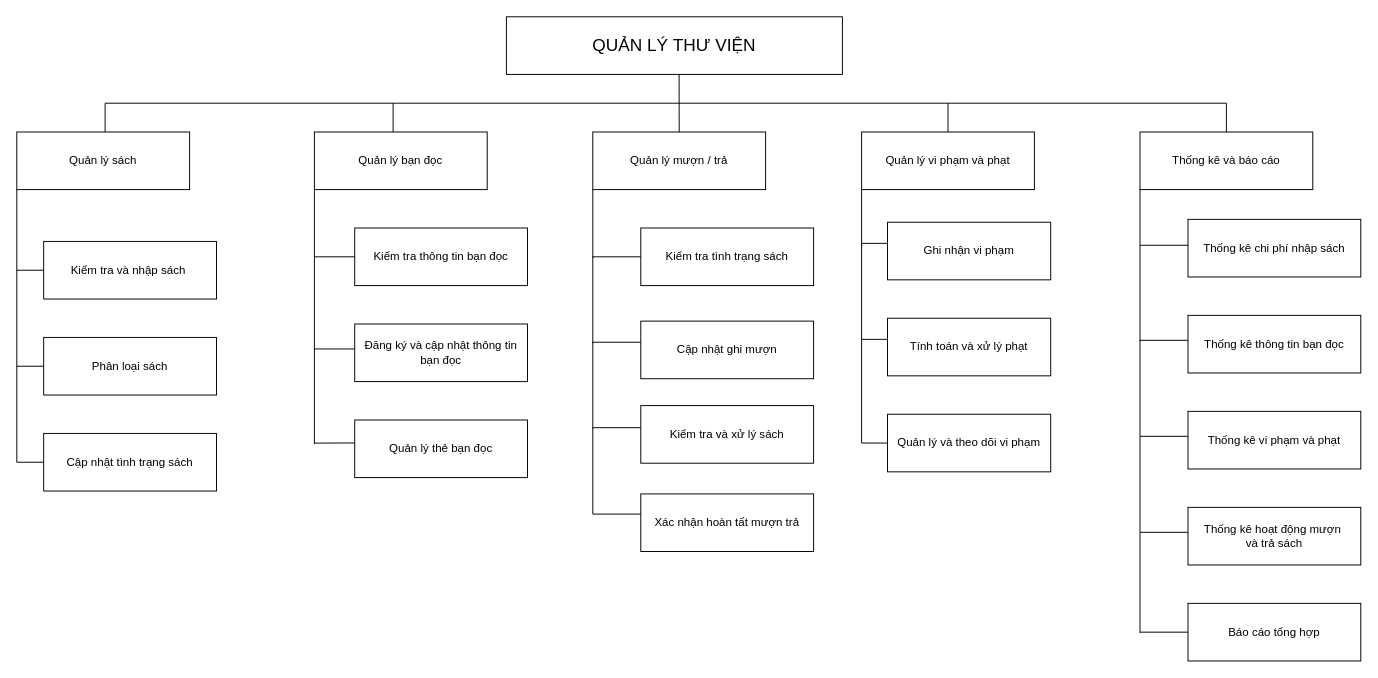
Above: page "Phân cấp chức năng" (1 of 8) of Đồ án nhóm 1.drawio in Nguyenquynh235/DoAnNhom1 (draw.io), before the change. Source tidied: cells renumbered, new cells numbered last; positions are measured from the earlier drawing's top-left corner, leaving out a move shared by most shapes. Both pictures are drawn from the tidied source at 96%, with x=0, y=0 at pixel (16, 16).
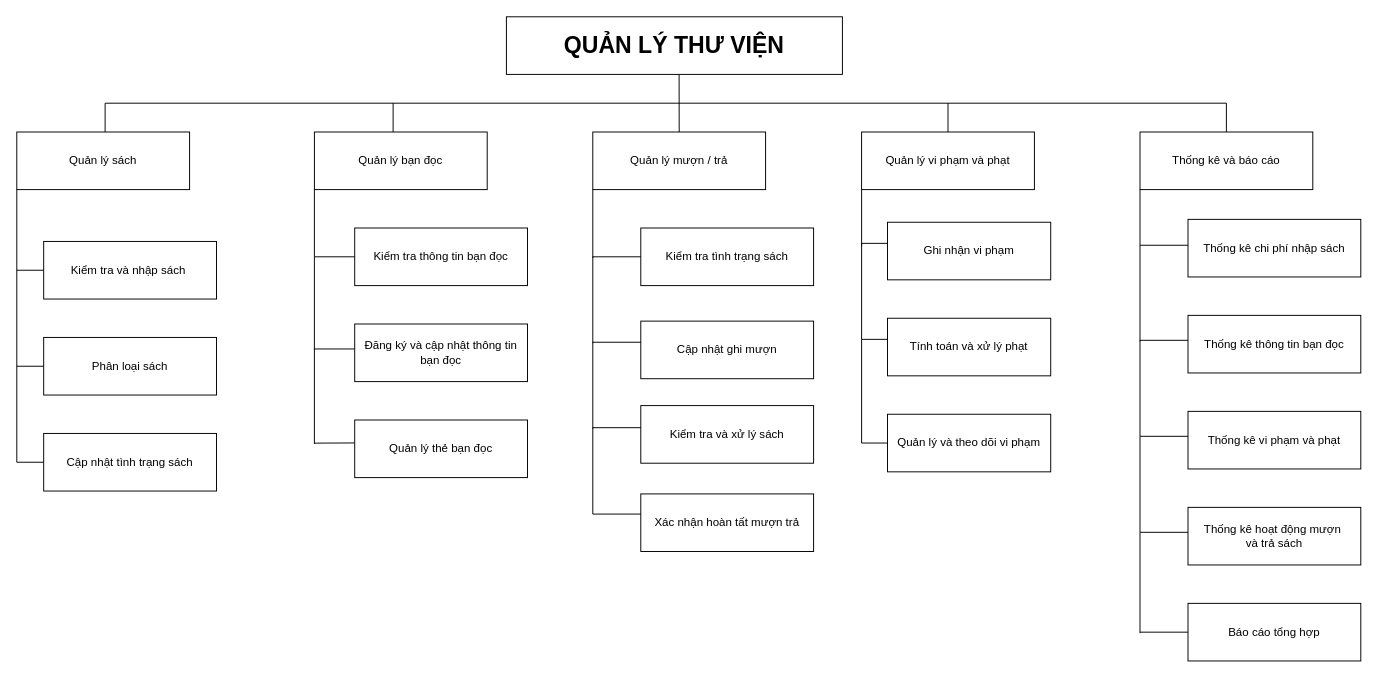
The same page after the edit.

The edit, as a diff of the source:
```diff
@@
-    <mxCell id="2" value="&lt;font style=&quot;font-size: 18px;&quot;&gt;QUẢN LÝ THƯ VIỆN&lt;/font&gt;" style="rounded=0;whiteSpace=wrap;html=1;" parent="1" vertex="1">
+    <mxCell id="2" value="&lt;font style=&quot;font-size: 24px;&quot;&gt;&lt;b style=&quot;&quot;&gt;QUẢN LÝ THƯ VIỆN&lt;/b&gt;&lt;/font&gt;" style="rounded=0;whiteSpace=wrap;html=1;" parent="1" vertex="1">
       <mxGeometry x="510" width="350" height="60" as="geometry" />
     </mxCell>
```
